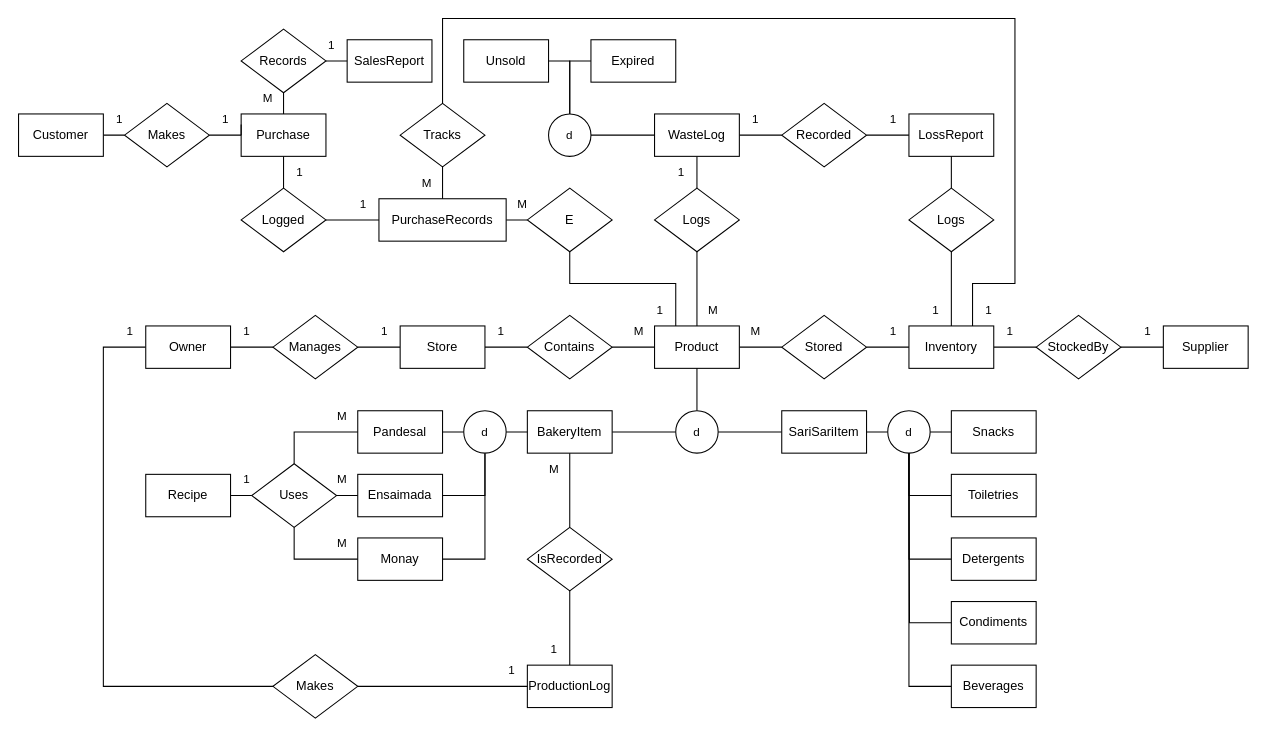
Above: Reworked ERD.drawio in ConnedMaster/ITS131P (draw.io), before the change. Source tidied: cells renumbered, new cells numbered last; positions are measured from the earlier drawing's top-left corner, leaving out a move shared by most shapes. Both pictures are drawn from the tidied source at 106%, with x=0, y=0 at pixel (18, 18).
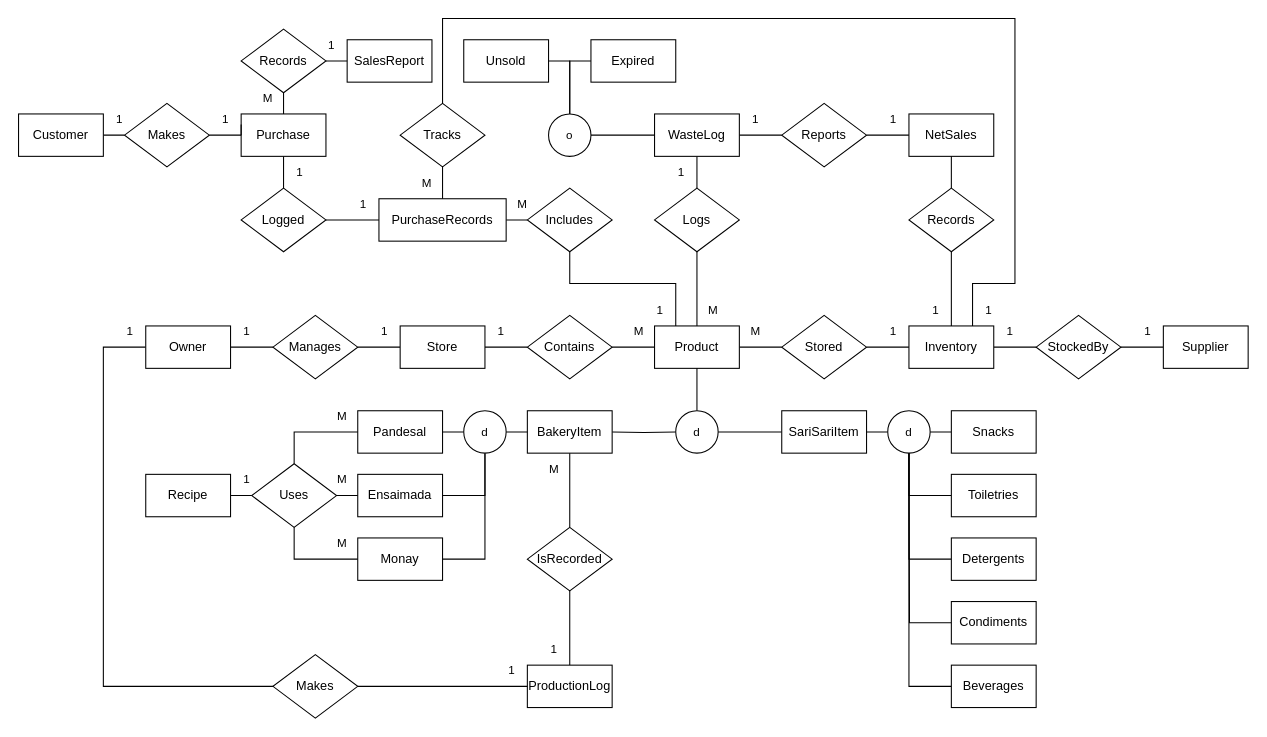
The same page after the edit.

Unchanged cells that the change refers to:
```xml
<mxCell id="26" value="d" style="ellipse;whiteSpace=wrap;html=1;fontFamily=Helvetica;fontSize=11;fontColor=default;labelBackgroundColor=default;" parent="1" vertex="1">
  <mxGeometry x="620" y="370" width="40" height="40" as="geometry" />
</mxCell>
<mxCell id="27" value="BakeryItem" style="whiteSpace=wrap;html=1;align=center;" parent="1" vertex="1">
  <mxGeometry x="480" y="370" width="80" height="40" as="geometry" />
</mxCell>
```

Change to the diagram source:
```diff
@@
-    <mxCell id="24" style="edgeStyle=orthogonalEdgeStyle;shape=connector;rounded=0;jettySize=auto;html=1;entryX=1;entryY=0.5;entryDx=0;entryDy=0;strokeColor=default;align=center;verticalAlign=middle;fontFamily=Helvetica;fontSize=11;fontColor=default;labelBackgroundColor=default;startFill=0;endArrow=none;" parent="1" edge="1" source="26" target="27">
-      <mxGeometry relative="1" as="geometry" />
+    <mxCell id="24" style="edgeStyle=orthogonalEdgeStyle;shape=connector;rounded=0;jettySize=auto;html=1;entryX=1;entryY=0.5;entryDx=0;entryDy=0;strokeColor=default;align=center;verticalAlign=middle;fontFamily=Helvetica;fontSize=11;fontColor=default;labelBackgroundColor=default;startFill=0;endArrow=none;" parent="1" edge="1" target="27">
+      <mxGeometry relative="1" as="geometry">
+        <mxPoint x="620" y="390" as="sourcePoint" />
+      </mxGeometry>
     </mxCell>
@@
-    <mxCell id="72" value="Recorded" style="shape=rhombus;perimeter=rhombusPerimeter;whiteSpace=wrap;html=1;align=center;" parent="1" vertex="1">
+    <mxCell id="72" value="Reports" style="shape=rhombus;perimeter=rhombusPerimeter;whiteSpace=wrap;html=1;align=center;" parent="1" vertex="1">
       <mxGeometry x="720" y="80" width="80" height="60" as="geometry" />
     </mxCell>
-    <mxCell id="73" value="LossReport" style="whiteSpace=wrap;html=1;align=center;" parent="1" vertex="1">
+    <mxCell id="73" value="NetSales" style="whiteSpace=wrap;html=1;align=center;" parent="1" vertex="1">
       <mxGeometry x="840" y="90" width="80" height="40" as="geometry" />
     </mxCell>
@@
-    <mxCell id="115" value="d" style="ellipse;whiteSpace=wrap;html=1;fontFamily=Helvetica;fontSize=11;fontColor=default;labelBackgroundColor=default;" parent="1" vertex="1">
+    <mxCell id="115" value="o" style="ellipse;whiteSpace=wrap;html=1;fontFamily=Helvetica;fontSize=11;fontColor=default;labelBackgroundColor=default;" parent="1" vertex="1">
       <mxGeometry x="500" y="90" width="40" height="40" as="geometry" />
     </mxCell>
@@
-    <mxCell id="120" value="E" style="shape=rhombus;perimeter=rhombusPerimeter;whiteSpace=wrap;html=1;align=center;" parent="1" vertex="1">
+    <mxCell id="120" value="Includes" style="shape=rhombus;perimeter=rhombusPerimeter;whiteSpace=wrap;html=1;align=center;" parent="1" vertex="1">
       <mxGeometry x="480" y="160" width="80" height="60" as="geometry" />
     </mxCell>
@@
-    <mxCell id="125" value="Logs" style="shape=rhombus;perimeter=rhombusPerimeter;whiteSpace=wrap;html=1;align=center;" parent="1" vertex="1">
+    <mxCell id="125" value="Records" style="shape=rhombus;perimeter=rhombusPerimeter;whiteSpace=wrap;html=1;align=center;" parent="1" vertex="1">
       <mxGeometry x="840" y="160" width="80" height="60" as="geometry" />
     </mxCell>
```
